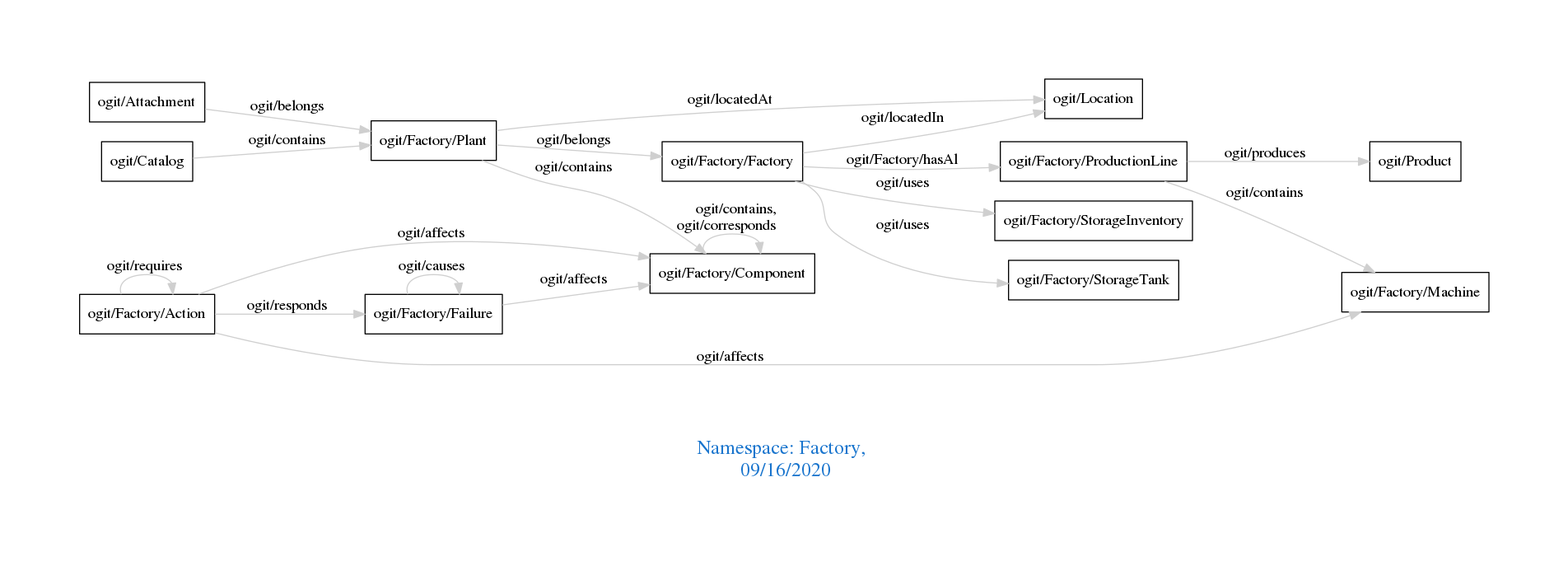
arago/OGIT keeps this Graphviz diagram as downloads/Factory.png. Above is the earlier version. Its source is kept beside it as downloads/Factory.dot.
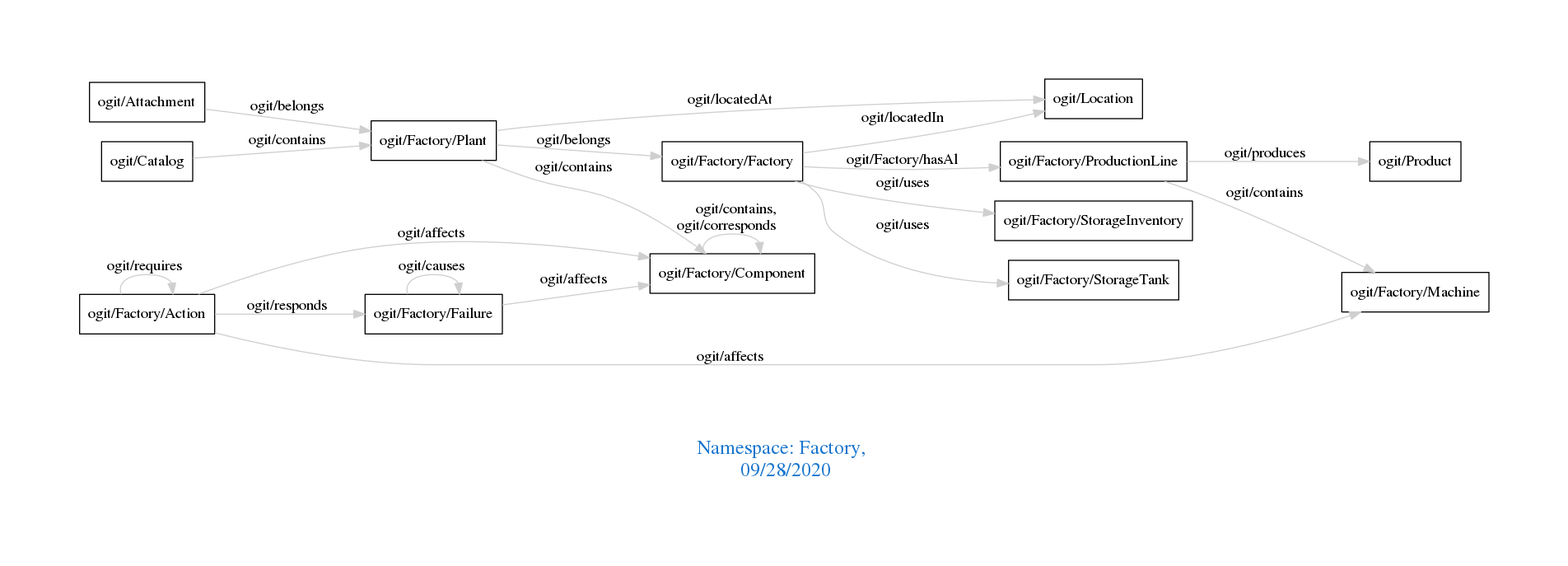
After the commit.

Change to the diagram source:
```diff
@@ -1,7 +1,7 @@
 digraph OGIT_ontology {
  graph [ rankdir= LR,pad=1
 fontsize = 18,
-fontcolor= dodgerblue3,label = "\n\n\nNamespace: Factory, \n 09/16/2020"];
+fontcolor= dodgerblue3,label = "\n\n\nNamespace: Factory, \n 09/28/2020"];
 node[shape=polygon];
 edge [  color="gray81"];
 
```
